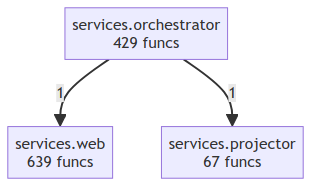
Earlier version of the Mermaid export project/compact_flow.png (wronai/mullm). Its source is kept beside it as project/compact_flow.mmd.
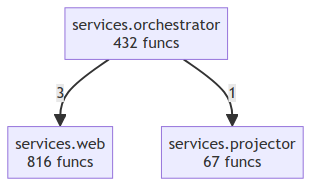
The same file after the commit.

What changed in the source:
```diff
@@ -1,6 +1,6 @@
 flowchart TD
-    services__orchestrator["services.orchestrator<br/>429 funcs"]
+    services__orchestrator["services.orchestrator<br/>432 funcs"]
     services__projector["services.projector<br/>67 funcs"]
-    services__web["services.web<br/>639 funcs"]
-    services__orchestrator -->|1| services__web
+    services__web["services.web<br/>816 funcs"]
+    services__orchestrator -->|3| services__web
     services__orchestrator -->|1| services__projector
```
